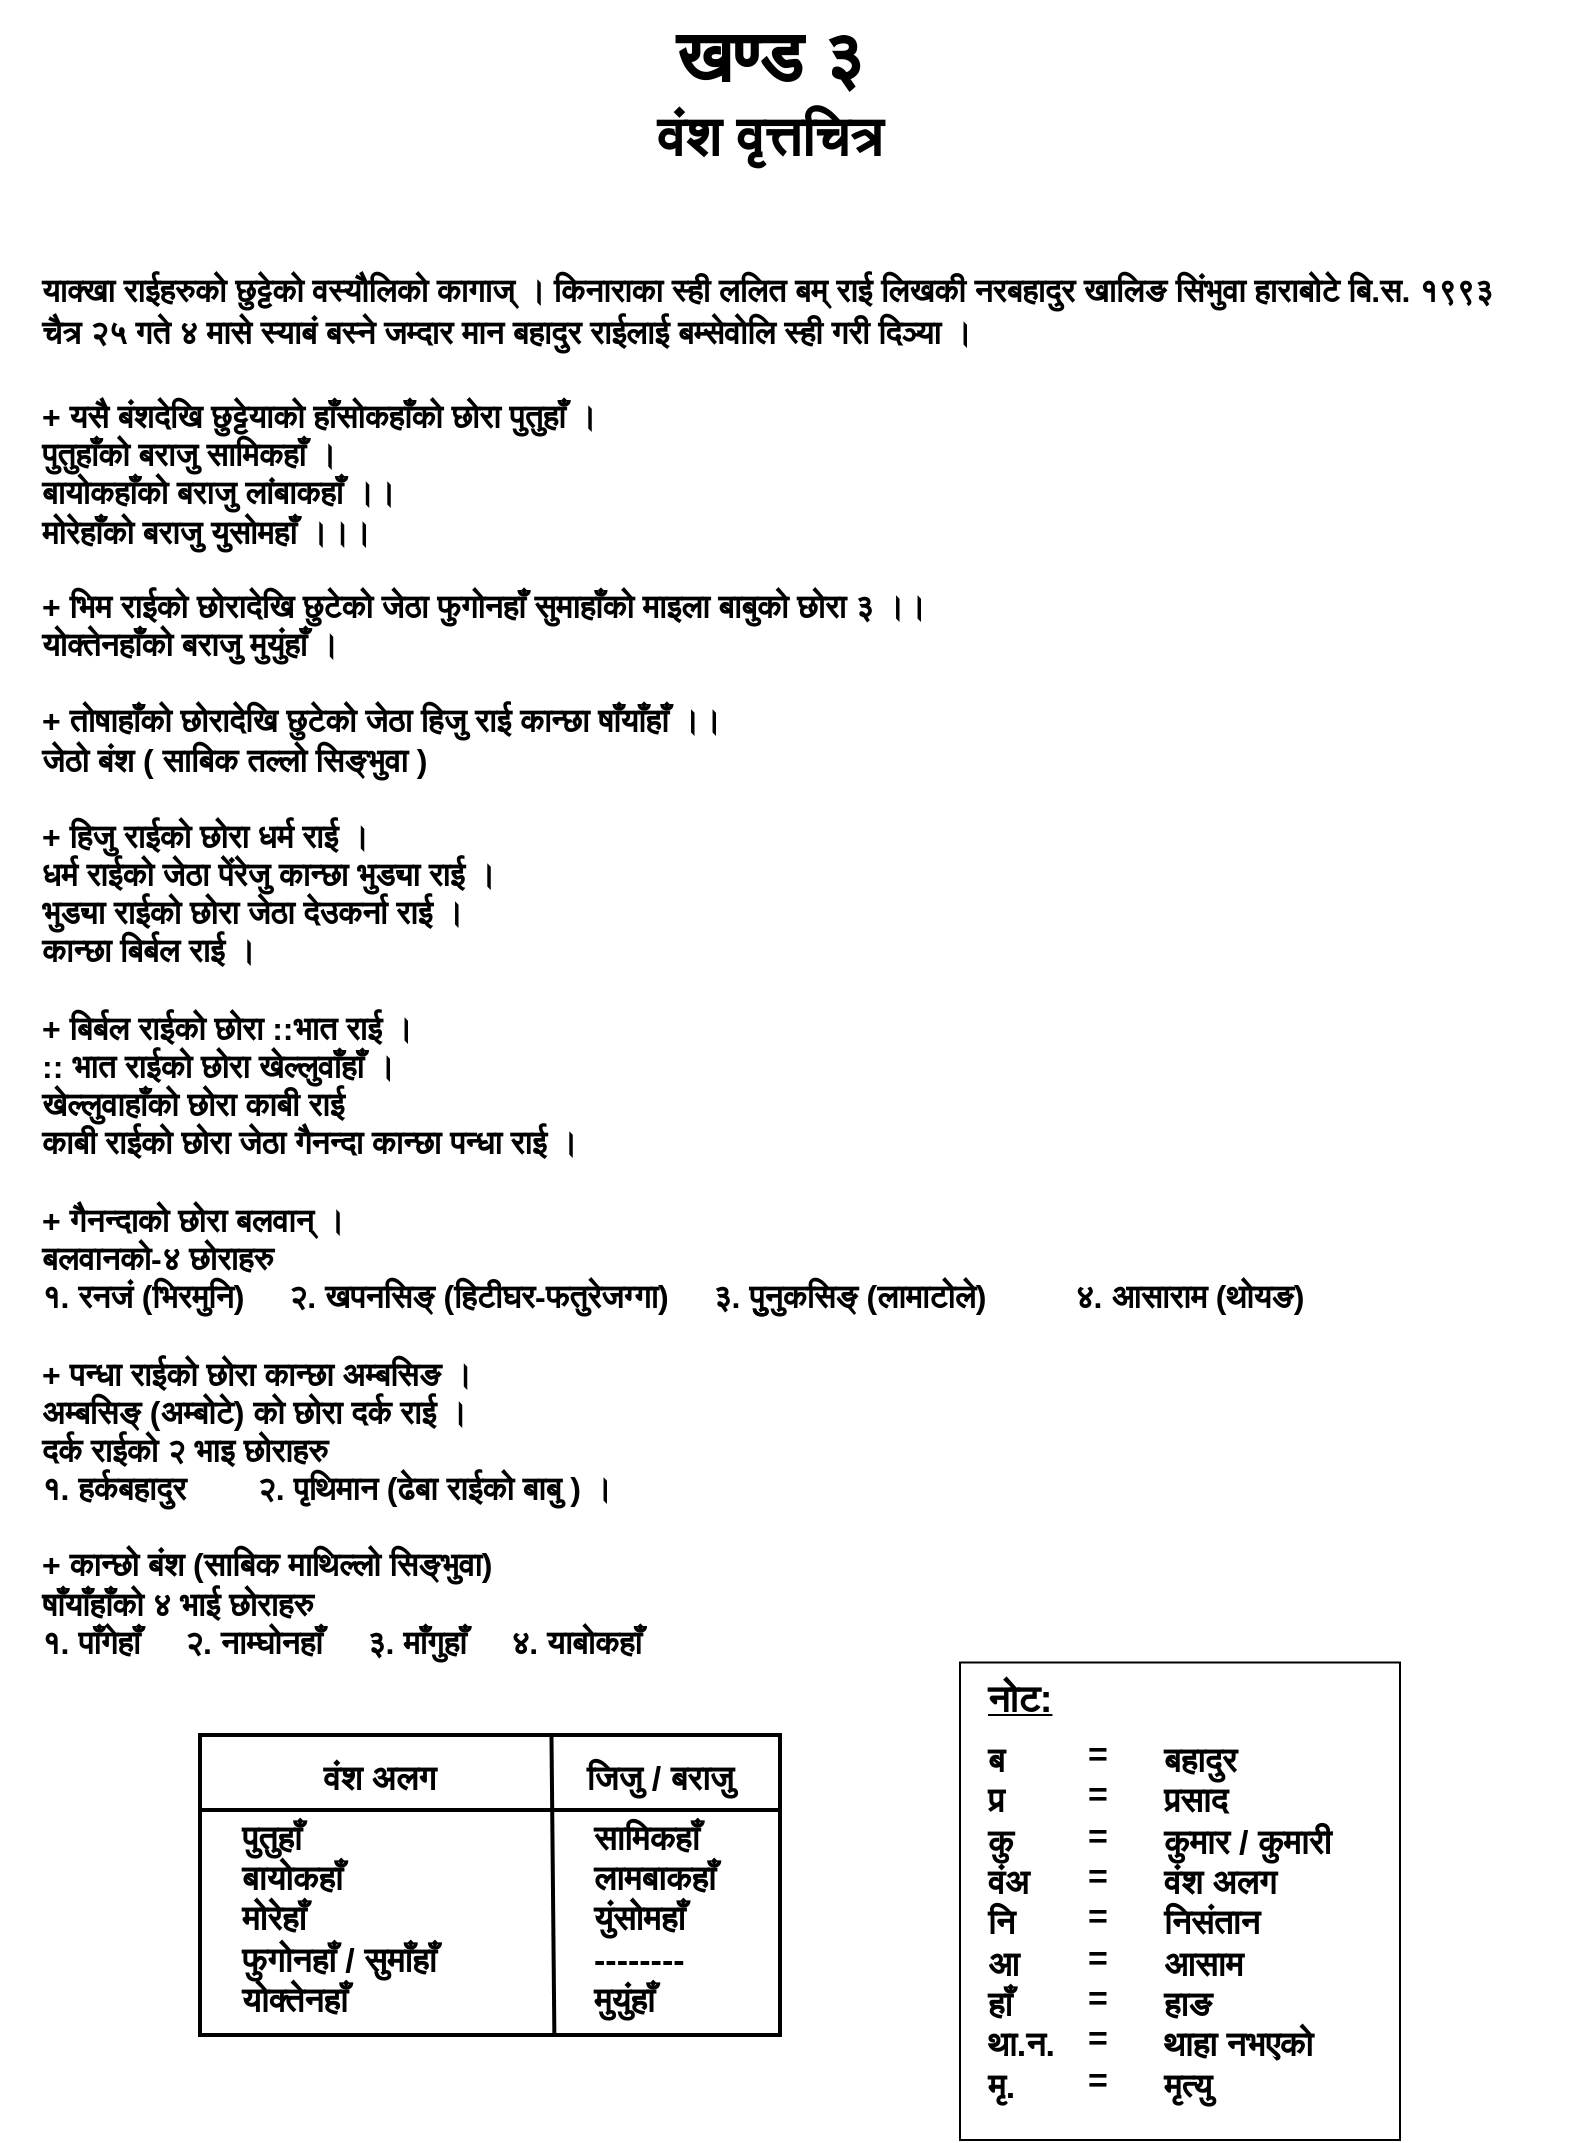
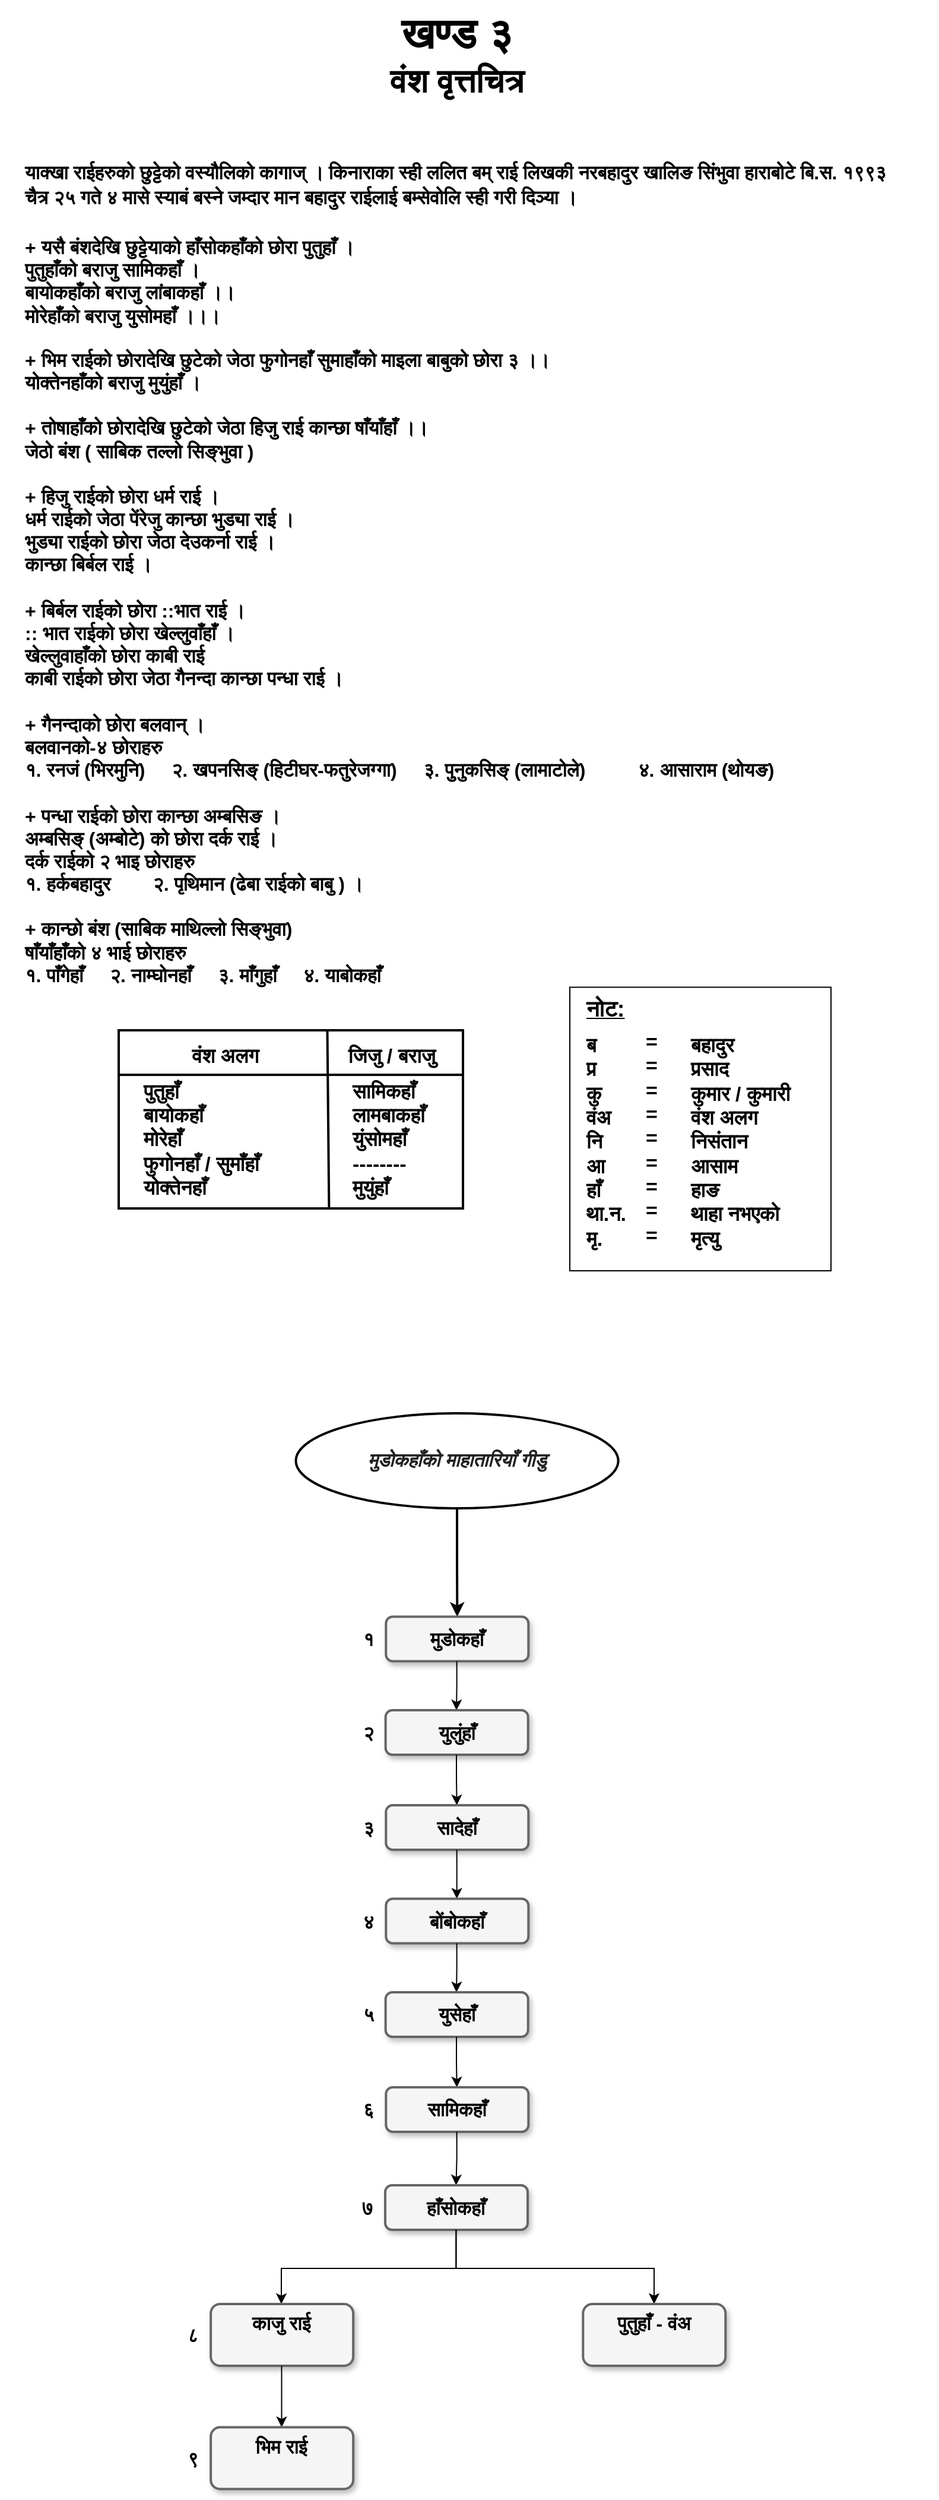
<mxfile host="app.diagrams.net">
  <diagram name="Part B" id="_A0P7xX12ALmnPptFxIs">
-     <mxGraphModel dx="2103" dy="1380" grid="1" gridSize="10" guides="1" tooltips="1" connect="1" arrows="1" fold="1" page="1" pageScale="1" pageWidth="827" pageHeight="1169" math="0" shadow="0">
+     <mxGraphModel dx="1636" dy="1073" grid="1" gridSize="10" guides="1" tooltips="1" connect="1" arrows="1" fold="1" page="1" pageScale="1" pageWidth="827" pageHeight="1169" math="0" shadow="0">
      <root>
        <mxCell id="0" />
        <mxCell id="1" parent="0" />
        <mxCell id="Y2Iz53gwISeu-W3x882E-598" edge="1" parent="1" style="edgeStyle=orthogonalEdgeStyle;rounded=0;orthogonalLoop=1;jettySize=auto;html=1;exitX=0.5;exitY=1;exitDx=0;exitDy=0;fontStyle=1;fontSize=20;">
          <mxGeometry relative="1" as="geometry">
            <mxPoint x="2010.46" y="14408" as="sourcePoint" />
          </mxGeometry>
        </mxCell>
        <mxCell id="Y2Iz53gwISeu-W3x882E-599" edge="1" parent="1" style="edgeStyle=orthogonalEdgeStyle;rounded=0;orthogonalLoop=1;jettySize=auto;html=1;exitX=0.5;exitY=1;exitDx=0;exitDy=0;fontStyle=1;fontSize=20;">
          <mxGeometry relative="1" as="geometry">
            <mxPoint x="2010.46" y="14408" as="sourcePoint" />
          </mxGeometry>
        </mxCell>
        <mxCell id="Y2Iz53gwISeu-W3x882E-619" edge="1" parent="1" style="edgeStyle=orthogonalEdgeStyle;rounded=0;orthogonalLoop=1;jettySize=auto;html=1;exitX=0.5;exitY=1;exitDx=0;exitDy=0;fontSize=20;entryX=0.5;entryY=0;entryDx=0;entryDy=0;fontStyle=1">
          <mxGeometry relative="1" as="geometry">
            <Array as="points">
              <mxPoint x="1762.64" y="14738" />
              <mxPoint x="1653.6399999999996" y="14738" />
            </Array>
            <mxPoint x="1762.4699999999993" y="14508" as="sourcePoint" />
          </mxGeometry>
        </mxCell>
        <mxCell id="hpYRQk2cNkuiSOaHovQx-23" parent="1" style="rounded=0;whiteSpace=wrap;html=1;" value="" vertex="1">
          <mxGeometry height="238.75" width="220" x="499" y="871.25" as="geometry" />
        </mxCell>
        <mxCell id="hpYRQk2cNkuiSOaHovQx-24" parent="1" style="text;whiteSpace=wrap;html=1;align=left;fontSize=15;verticalAlign=bottom;fontStyle=1;strokeWidth=2;" value="&lt;font style=&quot;line-height: 1.3;&quot;&gt;&lt;br&gt;&lt;font style=&quot;font-size: 16px;&quot;&gt;याक्खा राईहरुको छुट्टेको वस्यौलिको कागाज् । किनाराका स्ही ललित बम् राई लिखकी नरबहादुर खालिङ सिंभुवा हाराबोटे बि.स. १९९३ चैत्र २५ गते ४ मासे स्याबं बस्ने जम्दार मान बहादुर राईलाई बम्सेवोलि स्ही गरी दिञ्या ।&lt;/font&gt;&lt;/font&gt;" vertex="1">
          <mxGeometry height="70" width="740" x="38.389999999999986" y="150" as="geometry" />
        </mxCell>
        <mxCell id="hpYRQk2cNkuiSOaHovQx-25" parent="1" style="text;whiteSpace=wrap;html=1;align=left;fontSize=15;verticalAlign=bottom;fontStyle=1;strokeWidth=2;" value="&lt;div&gt;&lt;font style=&quot;font-size: 16px; color: rgb(0, 0, 0);&quot;&gt;+ यसै बंशदेखि छुट्टेयाको हाँसोकहाँको छोरा पुतुहाँ ।&lt;/font&gt;&lt;/div&gt;&lt;div&gt;&lt;font style=&quot;font-size: 16px; color: rgb(0, 0, 0);&quot;&gt;पुतुहाँको बराजु सामिकहाँ ।&lt;/font&gt;&lt;/div&gt;&lt;div&gt;&lt;font style=&quot;font-size: 16px; color: rgb(0, 0, 0);&quot;&gt;बायोकहाँको बराजु लांबाकहाँ ।।&lt;/font&gt;&lt;/div&gt;&lt;div&gt;&lt;font style=&quot;font-size: 16px; color: rgb(0, 0, 0);&quot;&gt;मोरेहाँको बराजु युसोमहाँ ।।।&lt;/font&gt;&lt;/div&gt;&lt;div&gt;&lt;font style=&quot;color: rgb(0, 0, 0);&quot;&gt;&lt;br&gt;&lt;/font&gt;&lt;/div&gt;&lt;div&gt;&lt;font style=&quot;font-size: 16px; color: rgb(0, 0, 0);&quot;&gt;+ भिम राईको छोरादेखि छुटेको जेठा फुगोनहाँ सुमाहाँको माइला बाबुको छोरा ३ ।।&lt;/font&gt;&lt;/div&gt;&lt;div&gt;&lt;font style=&quot;font-size: 16px; color: rgb(0, 0, 0);&quot;&gt;योक्तेनहाँको बराजु मुयुंहाँ ।&lt;/font&gt;&lt;/div&gt;&lt;div&gt;&lt;font style=&quot;font-size: 16px; color: rgb(0, 0, 0);&quot;&gt;&lt;br&gt;&lt;/font&gt;&lt;/div&gt;&lt;div&gt;&lt;font style=&quot;font-size: 16px; color: rgb(0, 0, 0);&quot;&gt;+ तोषाहाँको छोरादेखि छुटेको जेठा हिजु राई कान्छा षाँयाँहाँ ।।&lt;/font&gt;&lt;/div&gt;&lt;div&gt;&lt;font style=&quot;font-size: 16px; color: rgb(0, 0, 0);&quot;&gt;जेठो बंश ( साबिक तल्लो सिङ्भुवा )&lt;/font&gt;&lt;/div&gt;&lt;div&gt;&lt;font style=&quot;font-size: 16px; color: rgb(0, 0, 0);&quot;&gt;&lt;br&gt;&lt;/font&gt;&lt;/div&gt;&lt;div&gt;&lt;font style=&quot;font-size: 16px; color: rgb(0, 0, 0);&quot;&gt;+ हिजु राईको छोरा धर्म राई ।&lt;/font&gt;&lt;/div&gt;&lt;div&gt;&lt;font style=&quot;font-size: 16px; color: rgb(0, 0, 0);&quot;&gt;धर्म राईको जेठा पेंरेजु कान्छा भुड्या राई ।&lt;/font&gt;&lt;/div&gt;&lt;div&gt;&lt;font style=&quot;font-size: 16px; color: rgb(0, 0, 0);&quot;&gt;भुड्या राईको छोरा जेठा देउकर्ना राई ।&lt;/font&gt;&lt;/div&gt;&lt;div&gt;&lt;font style=&quot;font-size: 16px; color: rgb(0, 0, 0);&quot;&gt;कान्छा बिर्बल राई ।&lt;/font&gt;&lt;/div&gt;&lt;div&gt;&lt;font style=&quot;font-size: 16px; color: rgb(0, 0, 0);&quot;&gt;&lt;br&gt;&lt;/font&gt;&lt;/div&gt;&lt;div&gt;&lt;font style=&quot;font-size: 16px; color: rgb(0, 0, 0);&quot;&gt;+ बिर्बल राईको छोरा ::भात राई ।&lt;/font&gt;&lt;/div&gt;&lt;div&gt;&lt;font style=&quot;font-size: 16px; color: rgb(0, 0, 0);&quot;&gt;:: भात राईको छोरा खेल्लुवाँहाँ ।&lt;/font&gt;&lt;/div&gt;&lt;div&gt;&lt;font style=&quot;font-size: 16px; color: rgb(0, 0, 0);&quot;&gt;खेल्लुवाहाँको छोरा काबी राई&amp;nbsp;&lt;/font&gt;&lt;/div&gt;&lt;div&gt;&lt;font style=&quot;font-size: 16px; color: rgb(0, 0, 0);&quot;&gt;काबी राईको छोरा जेठा गैनन्दा कान्छा पन्धा राई ।&lt;/font&gt;&lt;/div&gt;&lt;div&gt;&lt;font style=&quot;font-size: 16px; color: rgb(0, 0, 0);&quot;&gt;&lt;br&gt;&lt;/font&gt;&lt;/div&gt;&lt;div&gt;&lt;font style=&quot;font-size: 16px; color: rgb(0, 0, 0);&quot;&gt;+ गैनन्दाको छोरा बलवान् ।&lt;/font&gt;&lt;/div&gt;&lt;div&gt;&lt;font style=&quot;font-size: 16px; color: rgb(0, 0, 0);&quot;&gt;बलवानको-४ छोराहरु&lt;/font&gt;&lt;/div&gt;&lt;div&gt;&lt;font style=&quot;color: rgb(0, 0, 0);&quot;&gt;&lt;font style=&quot;font-size: 16px;&quot;&gt;१. रनजं (भिरमुनि)&amp;nbsp; &amp;nbsp; &amp;nbsp;२. खपनसिङ् (हिटीघर-फतुरेजग्गा)&amp;nbsp; &amp;nbsp; &amp;nbsp;३.&amp;nbsp;&lt;/font&gt;&lt;span style=&quot;font-size: 16px; background-color: transparent;&quot;&gt;पुुनुकसिङ् (लामाटोले)&lt;/span&gt;&lt;span style=&quot;font-size: 16px;&quot;&gt;&amp;nbsp; &amp;nbsp; &amp;nbsp; &amp;nbsp; &amp;nbsp;&amp;nbsp;&lt;/span&gt;&lt;span style=&quot;background-color: transparent;&quot;&gt;&lt;span style=&quot;font-size: 16px;&quot;&gt;४. आसाराम (&lt;/span&gt;&lt;span style=&quot;font-size: 16px;&quot;&gt;थोयङ&lt;/span&gt;&lt;span style=&quot;font-size: 16px;&quot;&gt;)&lt;/span&gt;&lt;/span&gt;&lt;/font&gt;&lt;/div&gt;&lt;div&gt;&lt;font style=&quot;font-size: 16px; color: rgb(0, 0, 0);&quot;&gt;&lt;br&gt;&lt;/font&gt;&lt;/div&gt;&lt;div&gt;&lt;font style=&quot;font-size: 16px; color: rgb(0, 0, 0);&quot;&gt;+ पन्धा राईको छोरा कान्छा अम्बसिङ ।&lt;/font&gt;&lt;/div&gt;&lt;div&gt;&lt;font style=&quot;font-size: 16px; color: rgb(0, 0, 0);&quot;&gt;अम्बसिङ् (अम्बोटे) को छोरा दर्क राई ।&lt;/font&gt;&lt;/div&gt;&lt;div&gt;&lt;font style=&quot;font-size: 16px; color: rgb(0, 0, 0);&quot;&gt;दर्क राईको २ भाइ छोराहरु&lt;/font&gt;&lt;/div&gt;&lt;div&gt;&lt;font style=&quot;font-size: 16px; color: rgb(0, 0, 0);&quot;&gt;१. हर्कबहादुर&amp;nbsp; &amp;nbsp; &amp;nbsp; &amp;nbsp; २. पृथिमान (ढेबा राईको बाबु ) ।&lt;/font&gt;&lt;/div&gt;&lt;div&gt;&lt;font style=&quot;font-size: 16px; color: rgb(0, 0, 0);&quot;&gt;&lt;br&gt;&lt;/font&gt;&lt;/div&gt;&lt;div&gt;&lt;font style=&quot;font-size: 16px; color: rgb(0, 0, 0);&quot;&gt;+ कान्छो बंश (साबिक माथिल्लो सिङ्भुवा)&lt;/font&gt;&lt;/div&gt;&lt;div&gt;&lt;font style=&quot;font-size: 16px; color: rgb(0, 0, 0);&quot;&gt;षाँयाँहाँको ४ भाई छोराहरु&amp;nbsp;&lt;/font&gt;&lt;/div&gt;&lt;div&gt;&lt;font style=&quot;font-size: 16px; color: rgb(0, 0, 0);&quot;&gt;१. पाँगेहाँ&amp;nbsp; &amp;nbsp; &amp;nbsp;२. नाम्घोनहाँ&amp;nbsp; &amp;nbsp; &amp;nbsp;३. माँगुहाँ&amp;nbsp; &amp;nbsp; &amp;nbsp;४. याबोकहाँ&amp;nbsp;&lt;/font&gt;&lt;/div&gt;" vertex="1">
          <mxGeometry height="692.5" width="770.61" x="38.389999999999986" y="180" as="geometry" />
        </mxCell>
        <mxCell id="hpYRQk2cNkuiSOaHovQx-26" parent="1" style="text;whiteSpace=wrap;html=1;fontSize=30;align=center;strokeWidth=2;" value="&lt;b&gt;&lt;font style=&quot;font-size: 36px;&quot;&gt;खण्ड ३&lt;/font&gt;&lt;/b&gt;&lt;div&gt;&lt;b&gt;&lt;font style=&quot;font-size: 28px;&quot;&gt;वंश वृत्तचित्र&lt;/font&gt;&lt;/b&gt;&lt;/div&gt;" vertex="1">
          <mxGeometry height="50" width="770" x="19" y="40" as="geometry" />
        </mxCell>
        <mxCell id="hpYRQk2cNkuiSOaHovQx-27" parent="1" style="rounded=0;whiteSpace=wrap;html=1;fontSize=17;align=left;fontStyle=1;strokeWidth=2;" value="" vertex="1">
          <mxGeometry height="150" width="290" x="119" y="907.5" as="geometry" />
        </mxCell>
        <mxCell id="hpYRQk2cNkuiSOaHovQx-28" parent="1" style="text;html=1;align=center;verticalAlign=middle;resizable=0;points=[];autosize=1;strokeColor=none;fillColor=none;fontSize=17;fontStyle=1;strokeWidth=2;" value="&lt;span&gt;छुट्टिएको (&lt;/span&gt;&lt;span&gt;&lt;span&gt;वंश अलग&lt;/span&gt;&lt;/span&gt;&lt;span&gt;)&lt;/span&gt;" vertex="1">
          <mxGeometry height="30" width="160" x="119" y="915" as="geometry" />
        </mxCell>
        <mxCell id="hpYRQk2cNkuiSOaHovQx-29" parent="1" style="text;html=1;align=center;verticalAlign=middle;resizable=0;points=[];autosize=1;strokeColor=none;fillColor=none;fontSize=17;fontStyle=1;strokeWidth=2;" value="&lt;span&gt;जिजु / बराजु&amp;nbsp;&lt;/span&gt;" vertex="1">
          <mxGeometry height="30" width="110" x="296.07000000000016" y="915" as="geometry" />
        </mxCell>
        <mxCell id="hpYRQk2cNkuiSOaHovQx-30" parent="1" style="text;html=1;align=left;verticalAlign=middle;resizable=0;points=[];autosize=1;strokeColor=none;fillColor=none;fontSize=17;fontStyle=1;strokeWidth=2;" value="&lt;span style=&quot;font-family: calibri, sans-serif; text-align: center;&quot;&gt;पुत्लुङहाँ&lt;br&gt;&lt;/span&gt;बायोकहॅा&lt;br&gt;मोरेहाँ&amp;nbsp;&lt;br&gt;फुगोनहाँ/सुमाँहाँ&lt;br&gt;योक्तेनहाँ" vertex="1">
          <mxGeometry height="120" width="130" x="138.38999999999987" y="940.25" as="geometry" />
        </mxCell>
        <mxCell id="hpYRQk2cNkuiSOaHovQx-31" parent="1" style="text;html=1;strokeColor=none;fillColor=none;align=left;verticalAlign=middle;whiteSpace=wrap;rounded=0;fontSize=17;fontStyle=1;strokeWidth=2;" value="सामिकहाँ&lt;br&gt;लामबाकहॅा&lt;br&gt;युंसोमहाँ&lt;br&gt;&lt;span&gt;--------&lt;br&gt;&lt;/span&gt;मुयुंहाँ" vertex="1">
          <mxGeometry height="47.5" width="120.01" x="313.9899999999998" y="976.5" as="geometry" />
        </mxCell>
        <mxCell id="hpYRQk2cNkuiSOaHovQx-32" edge="1" parent="1" source="hpYRQk2cNkuiSOaHovQx-27" style="endArrow=none;html=1;rounded=0;fontSize=17;entryX=0.606;entryY=0.001;entryDx=0;entryDy=0;entryPerimeter=0;exitX=0.611;exitY=0.999;exitDx=0;exitDy=0;exitPerimeter=0;fontStyle=1;strokeWidth=2;" target="hpYRQk2cNkuiSOaHovQx-27" value="">
          <mxGeometry height="50" relative="1" width="50" as="geometry">
            <mxPoint x="334.3600000000001" y="1150" as="sourcePoint" />
            <mxPoint x="141.36000000000013" y="990" as="targetPoint" />
          </mxGeometry>
        </mxCell>
        <mxCell id="hpYRQk2cNkuiSOaHovQx-33" parent="1" style="text;html=1;align=left;verticalAlign=middle;resizable=0;points=[];autosize=1;strokeColor=none;fillColor=none;fontSize=17;fontStyle=1;strokeWidth=2;" value="&lt;div&gt;&lt;span style=&quot;background-color: transparent; color: light-dark(rgb(0, 0, 0), rgb(255, 255, 255));&quot;&gt;ब&amp;nbsp; &amp;nbsp; &amp;nbsp; &amp;nbsp;&lt;/span&gt;&lt;/div&gt;&lt;div&gt;&lt;div&gt;प्र&amp;nbsp; &amp;nbsp; &amp;nbsp; &amp;nbsp;&lt;/div&gt;&lt;div&gt;कु&amp;nbsp; &amp;nbsp; &amp;nbsp;&amp;nbsp;&lt;/div&gt;&lt;div&gt;वंअ&amp;nbsp; &amp;nbsp;&amp;nbsp;&lt;/div&gt;&lt;div&gt;नि&amp;nbsp; &amp;nbsp; &amp;nbsp;&lt;/div&gt;&lt;div&gt;आ&amp;nbsp;&amp;nbsp;&lt;/div&gt;&lt;div&gt;हाँ&amp;nbsp; &amp;nbsp;&lt;/div&gt;&lt;div&gt;था.न.&lt;/div&gt;&lt;div&gt;मृ&lt;span style=&quot;background-color: transparent; color: light-dark(rgb(0, 0, 0), rgb(255, 255, 255));&quot;&gt;.&lt;/span&gt;&lt;/div&gt;&lt;/div&gt;" vertex="1">
          <mxGeometry height="200" width="70" x="511.4099999999994" y="901.5" as="geometry" />
        </mxCell>
        <mxCell id="hpYRQk2cNkuiSOaHovQx-34" edge="1" parent="1" source="hpYRQk2cNkuiSOaHovQx-27" style="endArrow=none;html=1;rounded=0;fontSize=17;exitX=1;exitY=0.25;exitDx=0;exitDy=0;entryX=0;entryY=0.25;entryDx=0;entryDy=0;strokeWidth=2;" target="hpYRQk2cNkuiSOaHovQx-27" value="">
          <mxGeometry height="50" relative="1" width="50" as="geometry">
            <mxPoint x="-21" y="1087.5" as="sourcePoint" />
            <mxPoint x="29" y="1037.5" as="targetPoint" />
          </mxGeometry>
        </mxCell>
        <mxCell id="hpYRQk2cNkuiSOaHovQx-35" parent="1" style="rounded=0;whiteSpace=wrap;html=1;fontSize=17;align=left;fontStyle=1;strokeWidth=2;" value="" vertex="1">
          <mxGeometry height="150" width="290" x="119" y="907.5" as="geometry" />
        </mxCell>
        <mxCell id="hpYRQk2cNkuiSOaHovQx-36" parent="1" style="text;html=1;align=center;verticalAlign=middle;resizable=0;points=[];autosize=1;strokeColor=none;fillColor=none;fontSize=17;fontStyle=1;strokeWidth=2;" value="&amp;nbsp;वंश अलग" vertex="1">
          <mxGeometry height="30" width="90" x="161.39999999999998" y="915" as="geometry" />
        </mxCell>
        <mxCell id="hpYRQk2cNkuiSOaHovQx-37" parent="1" style="text;html=1;align=center;verticalAlign=middle;resizable=0;points=[];autosize=1;strokeColor=none;fillColor=none;fontSize=17;fontStyle=1;strokeWidth=2;" value="&lt;span&gt;जिजु / बराजु&amp;nbsp;&lt;/span&gt;" vertex="1">
          <mxGeometry height="30" width="110" x="296.07000000000016" y="915" as="geometry" />
        </mxCell>
        <mxCell id="hpYRQk2cNkuiSOaHovQx-38" parent="1" style="text;html=1;align=left;verticalAlign=middle;resizable=0;points=[];autosize=1;strokeColor=none;fillColor=none;fontSize=17;fontStyle=1;strokeWidth=2;" value="&lt;span style=&quot;white-space: normal;&quot;&gt;पुतुहाँ&amp;nbsp;&lt;/span&gt;&lt;span style=&quot;font-family: calibri, sans-serif; text-align: center;&quot;&gt;&lt;br&gt;&lt;/span&gt;बायोकहाँ&lt;br&gt;मोरेहाँ&amp;nbsp;&lt;br&gt;फुगोनहाँ /&amp;nbsp;सुमाँहाँ&lt;br&gt;योक्तेनहाँ" vertex="1">
          <mxGeometry height="120" width="140" x="138.38999999999987" y="940.25" as="geometry" />
        </mxCell>
        <mxCell id="hpYRQk2cNkuiSOaHovQx-39" parent="1" style="text;html=1;strokeColor=none;fillColor=none;align=left;verticalAlign=middle;whiteSpace=wrap;rounded=0;fontSize=17;fontStyle=1;strokeWidth=2;" value="सामिकहाँ&lt;br&gt;लामबाकहाँ&lt;br&gt;युंसोमहाँ&lt;br&gt;&lt;span&gt;--------&lt;br&gt;&lt;/span&gt;मुयुंहाँ" vertex="1">
          <mxGeometry height="47.5" width="120.01" x="313.9899999999998" y="976.5" as="geometry" />
        </mxCell>
        <mxCell id="hpYRQk2cNkuiSOaHovQx-40" edge="1" parent="1" source="hpYRQk2cNkuiSOaHovQx-35" style="endArrow=none;html=1;rounded=0;fontSize=17;entryX=0.606;entryY=0.001;entryDx=0;entryDy=0;entryPerimeter=0;exitX=0.611;exitY=0.999;exitDx=0;exitDy=0;exitPerimeter=0;fontStyle=1;strokeWidth=2;" target="hpYRQk2cNkuiSOaHovQx-35" value="">
          <mxGeometry height="50" relative="1" width="50" as="geometry">
            <mxPoint x="334.3600000000001" y="1150" as="sourcePoint" />
            <mxPoint x="141.36000000000013" y="990" as="targetPoint" />
          </mxGeometry>
        </mxCell>
        <mxCell id="hpYRQk2cNkuiSOaHovQx-41" edge="1" parent="1" source="hpYRQk2cNkuiSOaHovQx-35" style="endArrow=none;html=1;rounded=0;fontSize=17;exitX=1;exitY=0.25;exitDx=0;exitDy=0;entryX=0;entryY=0.25;entryDx=0;entryDy=0;strokeWidth=2;" target="hpYRQk2cNkuiSOaHovQx-35" value="">
          <mxGeometry height="50" relative="1" width="50" as="geometry">
            <mxPoint x="-21" y="1087.5" as="sourcePoint" />
            <mxPoint x="29" y="1037.5" as="targetPoint" />
          </mxGeometry>
        </mxCell>
        <mxCell id="hpYRQk2cNkuiSOaHovQx-42" parent="1" style="text;html=1;align=left;verticalAlign=middle;resizable=0;points=[];autosize=1;strokeColor=none;fillColor=none;fontSize=17;fontStyle=1;strokeWidth=2;" value="&lt;div&gt;&lt;span style=&quot;background-color: transparent; color: light-dark(rgb(0, 0, 0), rgb(255, 255, 255));&quot;&gt;बहादुर&lt;/span&gt;&lt;/div&gt;&lt;div&gt;&lt;div&gt;प्रसाद&lt;/div&gt;&lt;div&gt;कुमार / कुमारी&lt;/div&gt;&lt;div&gt;वंश अलग&lt;/div&gt;&lt;div&gt;निसंतान&lt;/div&gt;&lt;div&gt;आसाम&lt;/div&gt;&lt;div&gt;हाङ&lt;/div&gt;&lt;div&gt;थाहा नभएको&lt;/div&gt;&lt;div&gt;मृत्यु&lt;/div&gt;&lt;/div&gt;" vertex="1">
          <mxGeometry height="200" width="120" x="599" y="901.5" as="geometry" />
        </mxCell>
        <mxCell id="hpYRQk2cNkuiSOaHovQx-43" parent="1" style="text;html=1;align=left;verticalAlign=middle;resizable=0;points=[];autosize=1;strokeColor=none;fillColor=none;fontSize=17;fontStyle=1;strokeWidth=2;" value="&lt;div style=&quot;line-height: 0%;&quot;&gt;&lt;font style=&quot;font-size: 19px;&quot;&gt;&lt;u&gt;नोट:&lt;/u&gt;&lt;/font&gt;&lt;/div&gt;&lt;div&gt;&lt;br&gt;&lt;/div&gt;" vertex="1">
          <mxGeometry height="30" width="60" x="511.4099999999996" y="885" as="geometry" />
        </mxCell>
        <mxCell id="hpYRQk2cNkuiSOaHovQx-44" parent="1" style="text;html=1;align=left;verticalAlign=middle;resizable=0;points=[];autosize=1;strokeColor=none;fillColor=none;fontSize=17;fontStyle=1;strokeWidth=2;" value="&lt;div&gt;=&lt;/div&gt;&lt;div&gt;=&lt;/div&gt;&lt;div&gt;=&lt;/div&gt;&lt;div&gt;=&lt;/div&gt;&lt;div&gt;=&lt;/div&gt;&lt;div&gt;=&lt;/div&gt;&lt;div&gt;=&lt;/div&gt;&lt;div&gt;=&lt;/div&gt;&lt;div&gt;=&lt;/div&gt;" vertex="1">
          <mxGeometry height="200" width="30" x="561.4099999999999" y="899" as="geometry" />
        </mxCell>
+         <mxCell id="hpYRQk2cNkuiSOaHovQx-101" edge="1" parent="1" source="hpYRQk2cNkuiSOaHovQx-46" style="edgeStyle=orthogonalEdgeStyle;rounded=0;orthogonalLoop=1;jettySize=auto;html=1;entryX=0.5;entryY=0;entryDx=0;entryDy=0;strokeWidth=2;fontSize=16;">
+           <mxGeometry relative="1" as="geometry">
+             <mxPoint x="404.1500000000001" y="1401.25" as="targetPoint" />
+           </mxGeometry>
+         </mxCell>
+         <mxCell id="hpYRQk2cNkuiSOaHovQx-46" parent="1" style="ellipse;whiteSpace=wrap;html=1;fontSize=16;fontStyle=1;strokeWidth=2;" value="&lt;span id=&quot;docs-internal-guid-03e46b9b-7fff-9114-8b67-d3af49b749a7&quot;&gt;&lt;p dir=&quot;ltr&quot; style=&quot;line-height: 1.38; background-color: rgb(255, 255, 255); margin-top: 0pt; margin-bottom: 0pt;&quot;&gt;&lt;span style=&quot;font-family: Arial, sans-serif; color: rgb(34, 34, 34); background-color: transparent; font-variant: normal; vertical-align: baseline; white-space: pre-wrap;&quot;&gt;&lt;font&gt;&lt;i&gt;मुडोकहाँको माहातारियाँ गीडु&lt;/i&gt;&lt;/font&gt;&lt;/span&gt;&lt;/p&gt;&lt;/span&gt;" vertex="1">
+           <mxGeometry height="80" width="271.61" x="268.2" y="1230" as="geometry" />
+         </mxCell>
+         <mxCell id="hpYRQk2cNkuiSOaHovQx-60" parent="1" style="whiteSpace=wrap;html=1;rounded=1;shadow=1;strokeWidth=2;fontSize=16;align=center;fillColor=#f5f5f5;strokeColor=#666666;verticalAlign=middle;fontStyle=1;labelPosition=center;verticalLabelPosition=top;" value="&lt;p class=&quot;MsoNormal&quot; style=&quot;margin-bottom: 0.0001pt; line-height: normal;&quot;&gt;&lt;br&gt;&lt;/p&gt;" vertex="1">
+           <mxGeometry height="37.5" width="120" x="344.15000000000015" y="1401.25" as="geometry" />
+         </mxCell>
+         <mxCell id="hpYRQk2cNkuiSOaHovQx-65" parent="1" style="text;html=1;align=center;verticalAlign=middle;resizable=0;points=[];autosize=1;strokeColor=none;fillColor=none;strokeWidth=2;fontSize=16;" value="&lt;b&gt;&lt;font&gt;१&lt;/font&gt;&lt;/b&gt;" vertex="1">
+           <mxGeometry height="30" width="30" x="313.99" y="1405" as="geometry" />
+         </mxCell>
+         <mxCell id="hpYRQk2cNkuiSOaHovQx-180" edge="1" parent="1" source="hpYRQk2cNkuiSOaHovQx-107" style="edgeStyle=orthogonalEdgeStyle;rounded=0;orthogonalLoop=1;jettySize=auto;html=1;entryX=0.5;entryY=0;entryDx=0;entryDy=0;" target="hpYRQk2cNkuiSOaHovQx-141">
+           <mxGeometry relative="1" as="geometry" />
+         </mxCell>
+         <mxCell id="hpYRQk2cNkuiSOaHovQx-107" parent="1" style="text;whiteSpace=wrap;html=1;align=center;fontSize=16;verticalAlign=middle;" value="&lt;span style=&quot;color: rgb(0, 0, 0); font-family: Helvetica; font-style: normal; font-variant-ligatures: normal; font-variant-caps: normal; font-weight: 700; letter-spacing: normal; orphans: 2; text-indent: 0px; text-transform: none; widows: 2; word-spacing: 0px; -webkit-text-stroke-width: 0px; white-space: normal; text-decoration-thickness: initial; text-decoration-style: initial; text-decoration-color: initial; float: none; line-height: 150%; display: inline !important;&quot;&gt;मुडोकहाँ&lt;/span&gt;" vertex="1">
+           <mxGeometry height="37.5" width="120" x="343.83000000000004" y="1401.25" as="geometry" />
+         </mxCell>
+         <mxCell id="hpYRQk2cNkuiSOaHovQx-139" parent="1" style="whiteSpace=wrap;html=1;rounded=1;shadow=1;strokeWidth=2;fontSize=16;align=center;fillColor=#f5f5f5;strokeColor=#666666;verticalAlign=middle;fontStyle=1;labelPosition=center;verticalLabelPosition=top;" value="&lt;p class=&quot;MsoNormal&quot; style=&quot;margin-bottom: 0.0001pt; line-height: normal;&quot;&gt;&lt;br&gt;&lt;/p&gt;" vertex="1">
+           <mxGeometry height="37.5" width="120" x="343.83000000000015" y="1480" as="geometry" />
+         </mxCell>
+         <mxCell id="hpYRQk2cNkuiSOaHovQx-140" parent="1" style="text;html=1;align=center;verticalAlign=middle;resizable=0;points=[];autosize=1;strokeColor=none;fillColor=none;strokeWidth=2;fontSize=16;" value="&lt;b&gt;२&lt;/b&gt;" vertex="1">
+           <mxGeometry height="30" width="30" x="313.67" y="1483.75" as="geometry" />
+         </mxCell>
+         <mxCell id="hpYRQk2cNkuiSOaHovQx-181" edge="1" parent="1" source="hpYRQk2cNkuiSOaHovQx-141" style="edgeStyle=orthogonalEdgeStyle;rounded=0;orthogonalLoop=1;jettySize=auto;html=1;entryX=0.5;entryY=0;entryDx=0;entryDy=0;" target="hpYRQk2cNkuiSOaHovQx-144">
+           <mxGeometry relative="1" as="geometry" />
+         </mxCell>
+         <mxCell id="hpYRQk2cNkuiSOaHovQx-141" parent="1" style="text;whiteSpace=wrap;html=1;align=center;fontSize=16;verticalAlign=middle;" value="&lt;span style=&quot;font-weight: 700;&quot;&gt;युलुंहाँ&lt;/span&gt;" vertex="1">
+           <mxGeometry height="37.5" width="120" x="343.51000000000005" y="1480" as="geometry" />
+         </mxCell>
+         <mxCell id="hpYRQk2cNkuiSOaHovQx-142" parent="1" style="whiteSpace=wrap;html=1;rounded=1;shadow=1;strokeWidth=2;fontSize=16;align=center;fillColor=#f5f5f5;strokeColor=#666666;verticalAlign=middle;fontStyle=1;labelPosition=center;verticalLabelPosition=top;" value="&lt;p class=&quot;MsoNormal&quot; style=&quot;margin-bottom: 0.0001pt; line-height: normal;&quot;&gt;&lt;br&gt;&lt;/p&gt;" vertex="1">
+           <mxGeometry height="37.5" width="120" x="344.1500000000001" y="1560" as="geometry" />
+         </mxCell>
+         <mxCell id="hpYRQk2cNkuiSOaHovQx-143" parent="1" style="text;html=1;align=center;verticalAlign=middle;resizable=0;points=[];autosize=1;strokeColor=none;fillColor=none;strokeWidth=2;fontSize=16;" value="&lt;b&gt;३&lt;/b&gt;" vertex="1">
+           <mxGeometry height="30" width="30" x="313.99" y="1563.75" as="geometry" />
+         </mxCell>
+         <mxCell id="hpYRQk2cNkuiSOaHovQx-182" edge="1" parent="1" source="hpYRQk2cNkuiSOaHovQx-144" style="edgeStyle=orthogonalEdgeStyle;rounded=0;orthogonalLoop=1;jettySize=auto;html=1;entryX=0.5;entryY=0;entryDx=0;entryDy=0;" target="hpYRQk2cNkuiSOaHovQx-147">
+           <mxGeometry relative="1" as="geometry" />
+         </mxCell>
+         <mxCell id="hpYRQk2cNkuiSOaHovQx-144" parent="1" style="text;whiteSpace=wrap;html=1;align=center;fontSize=16;verticalAlign=middle;" value="&lt;span style=&quot;font-weight: 700;&quot;&gt;सादेहाँ&lt;/span&gt;" vertex="1">
+           <mxGeometry height="37.5" width="120" x="343.83000000000004" y="1560" as="geometry" />
+         </mxCell>
+         <mxCell id="hpYRQk2cNkuiSOaHovQx-145" parent="1" style="whiteSpace=wrap;html=1;rounded=1;shadow=1;strokeWidth=2;fontSize=16;align=center;fillColor=#f5f5f5;strokeColor=#666666;verticalAlign=middle;fontStyle=1;labelPosition=center;verticalLabelPosition=top;" value="&lt;p class=&quot;MsoNormal&quot; style=&quot;margin-bottom: 0.0001pt; line-height: normal;&quot;&gt;&lt;br&gt;&lt;/p&gt;" vertex="1">
+           <mxGeometry height="37.5" width="120" x="344.15000000000015" y="1638.75" as="geometry" />
+         </mxCell>
+         <mxCell id="hpYRQk2cNkuiSOaHovQx-146" parent="1" style="text;html=1;align=center;verticalAlign=middle;resizable=0;points=[];autosize=1;strokeColor=none;fillColor=none;strokeWidth=2;fontSize=16;" value="&lt;b&gt;४&lt;/b&gt;" vertex="1">
+           <mxGeometry height="30" width="30" x="313.99" y="1642.5" as="geometry" />
+         </mxCell>
+         <mxCell id="hpYRQk2cNkuiSOaHovQx-183" edge="1" parent="1" source="hpYRQk2cNkuiSOaHovQx-147" style="edgeStyle=orthogonalEdgeStyle;rounded=0;orthogonalLoop=1;jettySize=auto;html=1;entryX=0.5;entryY=0;entryDx=0;entryDy=0;" target="hpYRQk2cNkuiSOaHovQx-150">
+           <mxGeometry relative="1" as="geometry" />
+         </mxCell>
+         <mxCell id="hpYRQk2cNkuiSOaHovQx-147" parent="1" style="text;whiteSpace=wrap;html=1;align=center;fontSize=16;verticalAlign=middle;" value="&lt;span style=&quot;font-weight: 700;&quot;&gt;बोंबोकहाँ&lt;/span&gt;" vertex="1">
+           <mxGeometry height="37.5" width="120" x="343.83000000000004" y="1638.75" as="geometry" />
+         </mxCell>
+         <mxCell id="hpYRQk2cNkuiSOaHovQx-148" parent="1" style="whiteSpace=wrap;html=1;rounded=1;shadow=1;strokeWidth=2;fontSize=16;align=center;fillColor=#f5f5f5;strokeColor=#666666;verticalAlign=middle;fontStyle=1;labelPosition=center;verticalLabelPosition=top;" value="&lt;p class=&quot;MsoNormal&quot; style=&quot;margin-bottom: 0.0001pt; line-height: normal;&quot;&gt;&lt;br&gt;&lt;/p&gt;" vertex="1">
+           <mxGeometry height="37.5" width="120" x="343.83000000000015" y="1717.5" as="geometry" />
+         </mxCell>
+         <mxCell id="hpYRQk2cNkuiSOaHovQx-149" parent="1" style="text;html=1;align=center;verticalAlign=middle;resizable=0;points=[];autosize=1;strokeColor=none;fillColor=none;strokeWidth=2;fontSize=16;" value="&lt;b&gt;५&lt;/b&gt;" vertex="1">
+           <mxGeometry height="30" width="30" x="313.67" y="1721.25" as="geometry" />
+         </mxCell>
+         <mxCell id="hpYRQk2cNkuiSOaHovQx-184" edge="1" parent="1" source="hpYRQk2cNkuiSOaHovQx-150" style="edgeStyle=orthogonalEdgeStyle;rounded=0;orthogonalLoop=1;jettySize=auto;html=1;entryX=0.5;entryY=0;entryDx=0;entryDy=0;" target="hpYRQk2cNkuiSOaHovQx-153">
+           <mxGeometry relative="1" as="geometry" />
+         </mxCell>
+         <mxCell id="hpYRQk2cNkuiSOaHovQx-150" parent="1" style="text;whiteSpace=wrap;html=1;align=center;fontSize=16;verticalAlign=middle;" value="&lt;span style=&quot;font-weight: 700;&quot;&gt;युसेहाँ&lt;/span&gt;" vertex="1">
+           <mxGeometry height="37.5" width="120" x="343.51000000000005" y="1717.5" as="geometry" />
+         </mxCell>
+         <mxCell id="hpYRQk2cNkuiSOaHovQx-151" parent="1" style="whiteSpace=wrap;html=1;rounded=1;shadow=1;strokeWidth=2;fontSize=16;align=center;fillColor=#f5f5f5;strokeColor=#666666;verticalAlign=middle;fontStyle=1;labelPosition=center;verticalLabelPosition=top;" value="&lt;p class=&quot;MsoNormal&quot; style=&quot;margin-bottom: 0.0001pt; line-height: normal;&quot;&gt;&lt;br&gt;&lt;/p&gt;" vertex="1">
+           <mxGeometry height="37.5" width="120" x="344.1500000000001" y="1797.5" as="geometry" />
+         </mxCell>
+         <mxCell id="hpYRQk2cNkuiSOaHovQx-152" parent="1" style="text;html=1;align=center;verticalAlign=middle;resizable=0;points=[];autosize=1;strokeColor=none;fillColor=none;strokeWidth=2;fontSize=16;" value="&lt;b&gt;६&lt;/b&gt;" vertex="1">
+           <mxGeometry height="30" width="30" x="313.99" y="1801.25" as="geometry" />
+         </mxCell>
+         <mxCell id="hpYRQk2cNkuiSOaHovQx-185" edge="1" parent="1" source="hpYRQk2cNkuiSOaHovQx-153" style="edgeStyle=orthogonalEdgeStyle;rounded=0;orthogonalLoop=1;jettySize=auto;html=1;entryX=0.5;entryY=0;entryDx=0;entryDy=0;" target="hpYRQk2cNkuiSOaHovQx-156">
+           <mxGeometry relative="1" as="geometry" />
+         </mxCell>
+         <mxCell id="hpYRQk2cNkuiSOaHovQx-153" parent="1" style="text;whiteSpace=wrap;html=1;align=center;fontSize=16;verticalAlign=middle;" value="&lt;span style=&quot;font-weight: 700;&quot;&gt;सामिकहाँ&lt;/span&gt;" vertex="1">
+           <mxGeometry height="37.5" width="120" x="343.83000000000004" y="1797.5" as="geometry" />
+         </mxCell>
+         <mxCell id="hpYRQk2cNkuiSOaHovQx-154" parent="1" style="whiteSpace=wrap;html=1;rounded=1;shadow=1;strokeWidth=2;fontSize=16;align=center;fillColor=#f5f5f5;strokeColor=#666666;verticalAlign=middle;fontStyle=1;labelPosition=center;verticalLabelPosition=top;" value="&lt;p class=&quot;MsoNormal&quot; style=&quot;margin-bottom: 0.0001pt; line-height: normal;&quot;&gt;&lt;br&gt;&lt;/p&gt;" vertex="1">
+           <mxGeometry height="37.5" width="120" x="343.5100000000001" y="1880" as="geometry" />
+         </mxCell>
+         <mxCell id="hpYRQk2cNkuiSOaHovQx-155" parent="1" style="text;html=1;align=center;verticalAlign=middle;resizable=0;points=[];autosize=1;strokeColor=none;fillColor=none;strokeWidth=2;fontSize=16;" value="&lt;b&gt;७&lt;/b&gt;" vertex="1">
+           <mxGeometry height="30" width="40" x="308.35" y="1883.75" as="geometry" />
+         </mxCell>
+         <mxCell id="hpYRQk2cNkuiSOaHovQx-163" edge="1" parent="1" source="hpYRQk2cNkuiSOaHovQx-156" style="edgeStyle=orthogonalEdgeStyle;rounded=0;orthogonalLoop=1;jettySize=auto;html=1;fontSize=16;" target="hpYRQk2cNkuiSOaHovQx-159">
+           <mxGeometry relative="1" as="geometry">
+             <Array as="points">
+               <mxPoint x="403" y="1950" />
+               <mxPoint x="256" y="1950" />
+             </Array>
+           </mxGeometry>
+         </mxCell>
+         <mxCell id="hpYRQk2cNkuiSOaHovQx-175" edge="1" parent="1" source="hpYRQk2cNkuiSOaHovQx-156" style="edgeStyle=orthogonalEdgeStyle;rounded=0;orthogonalLoop=1;jettySize=auto;html=1;" target="hpYRQk2cNkuiSOaHovQx-174">
+           <mxGeometry relative="1" as="geometry">
+             <Array as="points">
+               <mxPoint x="403" y="1950" />
+               <mxPoint x="570" y="1950" />
+             </Array>
+           </mxGeometry>
+         </mxCell>
+         <mxCell id="hpYRQk2cNkuiSOaHovQx-156" parent="1" style="text;whiteSpace=wrap;html=1;align=center;fontSize=16;verticalAlign=middle;" value="&lt;span style=&quot;font-family: calibri, sans-serif; font-weight: 700;&quot;&gt;हाँसोकहाँ&lt;/span&gt;" vertex="1">
+           <mxGeometry height="37.5" width="120" x="343.19000000000005" y="1880" as="geometry" />
+         </mxCell>
+         <mxCell id="hpYRQk2cNkuiSOaHovQx-157" parent="1" style="whiteSpace=wrap;html=1;rounded=1;shadow=1;strokeWidth=2;fontSize=16;align=center;fillColor=#f5f5f5;strokeColor=#666666;verticalAlign=top;fontStyle=1;labelPosition=center;verticalLabelPosition=top;" value="&lt;p class=&quot;MsoNormal&quot; style=&quot;margin-bottom: 0.0001pt; line-height: normal;&quot;&gt;&lt;br&gt;&lt;/p&gt;" vertex="1">
+           <mxGeometry height="52" width="120" x="196.5600000000001" y="1980" as="geometry" />
+         </mxCell>
+         <mxCell id="hpYRQk2cNkuiSOaHovQx-158" parent="1" style="text;html=1;align=center;verticalAlign=middle;resizable=0;points=[];autosize=1;strokeColor=none;fillColor=none;strokeWidth=2;fontSize=16;" value="&lt;b&gt;८&lt;/b&gt;" vertex="1">
+           <mxGeometry height="30" width="30" x="166.4" y="1991" as="geometry" />
+         </mxCell>
+         <mxCell id="hpYRQk2cNkuiSOaHovQx-179" edge="1" parent="1" source="hpYRQk2cNkuiSOaHovQx-159" style="edgeStyle=orthogonalEdgeStyle;rounded=0;orthogonalLoop=1;jettySize=auto;html=1;entryX=0.5;entryY=0;entryDx=0;entryDy=0;" target="hpYRQk2cNkuiSOaHovQx-178">
+           <mxGeometry relative="1" as="geometry" />
+         </mxCell>
+         <mxCell id="hpYRQk2cNkuiSOaHovQx-159" parent="1" style="text;whiteSpace=wrap;html=1;align=center;fontSize=16;" value="&lt;font face=&quot;calibri, sans-serif&quot;&gt;&lt;b style=&quot;&quot;&gt;काजु राई&lt;/b&gt;&lt;/font&gt;&lt;div&gt;&lt;br&gt;&lt;/div&gt;" vertex="1">
+           <mxGeometry height="52" width="120" x="196.24000000000007" y="1980" as="geometry" />
+         </mxCell>
+         <mxCell id="hpYRQk2cNkuiSOaHovQx-172" parent="1" style="whiteSpace=wrap;html=1;rounded=1;shadow=1;strokeWidth=2;fontSize=16;align=center;fillColor=#f5f5f5;strokeColor=#666666;verticalAlign=top;fontStyle=1;labelPosition=center;verticalLabelPosition=top;" value="&lt;p class=&quot;MsoNormal&quot; style=&quot;margin-bottom: 0.0001pt; line-height: normal;&quot;&gt;&lt;br&gt;&lt;/p&gt;" vertex="1">
+           <mxGeometry height="52" width="120" x="510.1600000000001" y="1980" as="geometry" />
+         </mxCell>
+         <mxCell id="hpYRQk2cNkuiSOaHovQx-174" parent="1" style="text;whiteSpace=wrap;html=1;align=center;fontSize=16;" value="&lt;div&gt;&lt;font face=&quot;calibri, sans-serif&quot;&gt;&lt;b&gt;पुतुहाँ - वंअ&lt;/b&gt;&lt;/font&gt;&lt;/div&gt;&lt;div&gt;&lt;font face=&quot;calibri, sans-serif&quot;&gt;&lt;b&gt;&lt;br&gt;&lt;/b&gt;&lt;/font&gt;&lt;/div&gt;" vertex="1">
+           <mxGeometry height="52" width="120" x="509.84000000000003" y="1980" as="geometry" />
+         </mxCell>
+         <mxCell id="hpYRQk2cNkuiSOaHovQx-176" parent="1" style="whiteSpace=wrap;html=1;rounded=1;shadow=1;strokeWidth=2;fontSize=16;align=center;fillColor=#f5f5f5;strokeColor=#666666;verticalAlign=top;fontStyle=1;labelPosition=center;verticalLabelPosition=top;" value="&lt;p class=&quot;MsoNormal&quot; style=&quot;margin-bottom: 0.0001pt; line-height: normal;&quot;&gt;&lt;br&gt;&lt;/p&gt;" vertex="1">
+           <mxGeometry height="52" width="120" x="196.5600000000001" y="2083.75" as="geometry" />
+         </mxCell>
+         <mxCell id="hpYRQk2cNkuiSOaHovQx-177" parent="1" style="text;html=1;align=center;verticalAlign=middle;resizable=0;points=[];autosize=1;strokeColor=none;fillColor=none;strokeWidth=2;fontSize=16;" value="&lt;b&gt;९&lt;/b&gt;" vertex="1">
+           <mxGeometry height="30" width="30" x="166.4" y="2094.75" as="geometry" />
+         </mxCell>
+         <mxCell id="hpYRQk2cNkuiSOaHovQx-178" parent="1" style="text;whiteSpace=wrap;html=1;align=center;fontSize=16;" value="&lt;div&gt;&lt;font face=&quot;calibri, sans-serif&quot;&gt;&lt;b&gt;भिम राई&lt;/b&gt;&lt;/font&gt;&lt;/div&gt;" vertex="1">
+           <mxGeometry height="52" width="120" x="196.24000000000004" y="2083.75" as="geometry" />
+         </mxCell>
      </root>
    </mxGraphModel>
  </diagram>
</mxfile>
